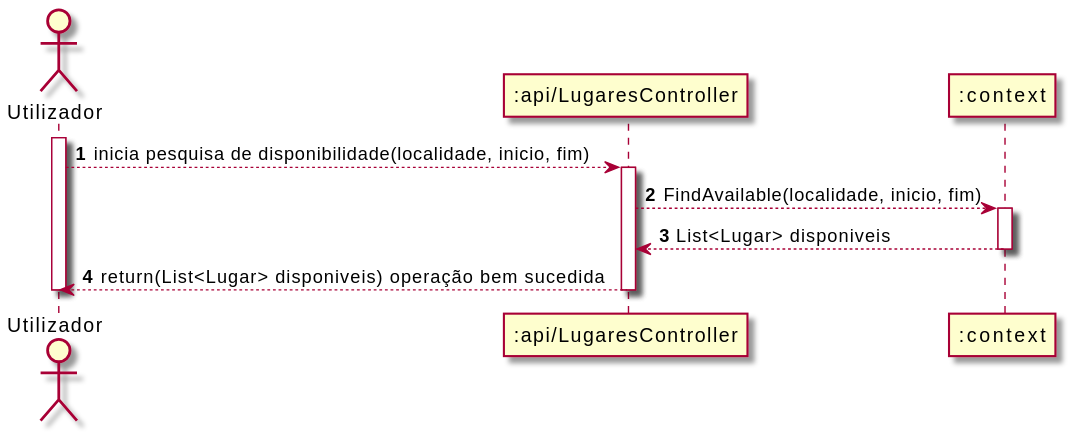
This is Documentos/Sprint3/UC5/UC5_SD.svg from UPskillDOTNET/Jakim-das-Coives-S.A., a PlantUML export, as it was before one commit.
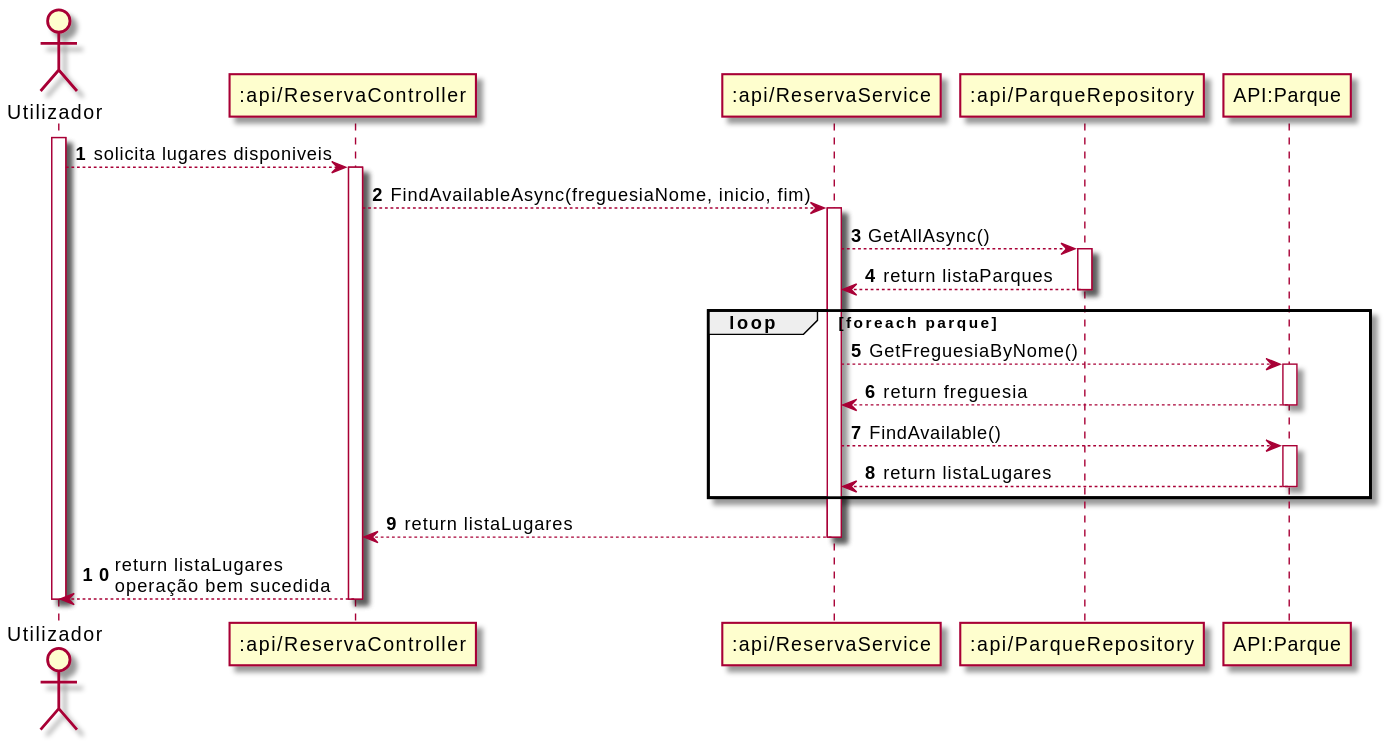
The same file after the commit.

Commit message:
UC5 SD with Repository/Service

Change to the diagram source:
```diff
@@ -1,20 +1,43 @@
 @startuml
 autonumber
-actor "Utilizador" as SC
-participant ":api/LugaresController" as RC
-participant ":context" as C
+actor "Utilizador" as U
+participant ":api/ReservaController" as RC
+participant ":api/ReservaService" as RS
+participant ":api/ParqueRepository" as PR
+participant "API:Parque" as API
 
-activate SC
-SC --> RC : inicia pesquisa de disponibilidade(localidade, inicio, fim)
+activate U
+
+U --> RC: solicita lugares disponiveis
 activate RC
 
-RC --> C : FindAvailable(localidade, inicio, fim)
-activate C
+RC --> RS: FindAvailableAsync(freguesiaNome, inicio, fim)
+activate RS
 
-C --> RC : List<Lugar> disponiveis
-deactivate C
+RS --> PR: GetAllAsync()
+activate PR
 
-RC --> SC: return(List<Lugar> disponiveis) operação bem sucedida
+PR --> RS: return listaParques
+deactivate PR
+
+loop foreach parque
+RS --> API: GetFreguesiaByNome()
+activate API
+
+API --> RS: return freguesia
+deactivate API
+
+RS --> API: FindAvailable()
+activate API
+
+API --> RS: return listaLugares
+deactivate API
+end
+
+RS --> RC: return listaLugares
+deactivate RS
+
+RC --> U: return listaLugares\noperação bem sucedida
 deactivate RC
-deactivate SC
+deactivate U
 @enduml
```
